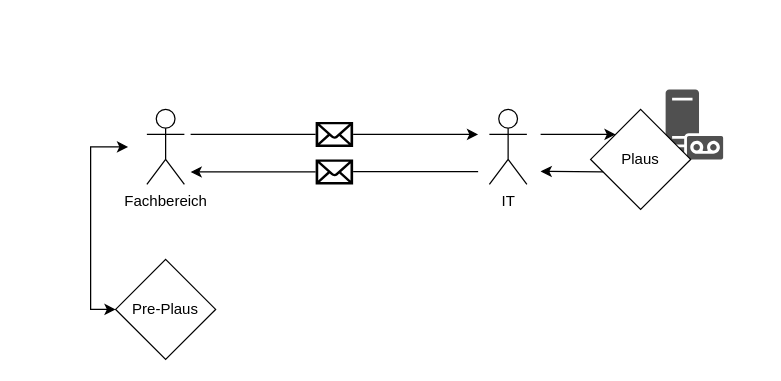
This is gvrail-plaus-app-legacy.drawio from s-fleck/charts, a draw.io file, before an edit. Source tidied: cells renumbered, new cells numbered last; positions are measured from the earlier drawing's top-left corner, leaving out a move shared by most shapes. Both pictures are drawn from the tidied source at 125%, with x=0, y=0 at pixel (90, 89).
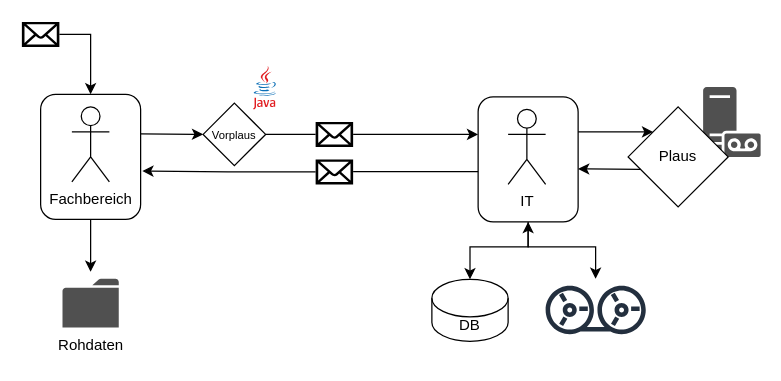
Above is the later version.

The change refers to these unchanged cells:
```xml
<mxCell id="10" style="shape=mxgraph.signs.tech.mail;html=1;fillColor=#000000;strokeColor=none;verticalLabelPosition=bottom;verticalAlign=top;align=center;" parent="1" vertex="1">
  <mxGeometry x="180" y="26" width="30" height="20" as="geometry" />
</mxCell>
<mxCell id="12" style="shape=mxgraph.signs.tech.mail;html=1;fillColor=#000000;strokeColor=none;verticalLabelPosition=bottom;verticalAlign=top;align=center;" parent="1" vertex="1">
  <mxGeometry x="180" y="56" width="30" height="20" as="geometry" />
</mxCell>
```

Change to the diagram source:
```diff
@@
-    <mxCell id="2" style="edgeStyle=orthogonalEdgeStyle;rounded=0;jettySize=auto;html=1;exitX=0;exitY=0.5;exitDx=0;exitDy=0;startArrow=classic;startFill=1;" parent="1" edge="1" source="3">
-      <mxGeometry relative="1" as="geometry">
-        <mxPoint x="30" y="46" as="targetPoint" />
-        <Array as="points">
-          <mxPoint y="176" />
-          <mxPoint y="46" />
-        </Array>
-      </mxGeometry>
-    </mxCell>
+    <mxCell id="16" style="rounded=1;whiteSpace=wrap;html=1;fillColor=#ffffff;strokeWidth=0;opacity=0;" parent="1" vertex="1">
+      <mxGeometry x="366" y="151.5" width="76" height="50" as="geometry" />
+    </mxCell>
+    <mxCell id="17" style="edgeStyle=orthogonalEdgeStyle;rounded=0;jettySize=auto;html=1;exitX=0.5;exitY=1;exitDx=0;exitDy=0;startArrow=none;startFill=0;endArrow=classic;endFill=1;" parent="1" edge="1" source="18">
+      <mxGeometry relative="1" as="geometry">
+        <mxPoint y="146" as="targetPoint" />
+      </mxGeometry>
+    </mxCell>
+    <mxCell id="18" style="rounded=1;whiteSpace=wrap;html=1;fillColor=#ffffff;" parent="1" vertex="1">
+      <mxGeometry x="-40" y="4" width="80" height="100" as="geometry" />
+    </mxCell>
+    <mxCell id="19" style="edgeStyle=orthogonalEdgeStyle;rounded=0;jettySize=auto;html=1;exitX=0.5;exitY=1;exitDx=0;exitDy=0;entryX=0.5;entryY=0;entryDx=0;entryDy=0;entryPerimeter=0;startArrow=classic;startFill=1;endArrow=classic;endFill=1;" parent="1" edge="1" source="21" target="22">
+      <mxGeometry relative="1" as="geometry">
+        <Array as="points">
+          <mxPoint x="350" y="126" />
+          <mxPoint x="304" y="126" />
+        </Array>
+      </mxGeometry>
+    </mxCell>
+    <mxCell id="20" style="edgeStyle=orthogonalEdgeStyle;rounded=0;jettySize=auto;html=1;exitX=0.5;exitY=1;exitDx=0;exitDy=0;entryX=0.5;entryY=0;entryDx=0;entryDy=0;startArrow=none;startFill=0;endArrow=classic;endFill=1;" parent="1" edge="1" source="21" target="16">
+      <mxGeometry relative="1" as="geometry">
+        <Array as="points">
+          <mxPoint x="350" y="126" />
+          <mxPoint x="404" y="126" />
+        </Array>
+      </mxGeometry>
+    </mxCell>
+    <mxCell id="21" style="rounded=1;whiteSpace=wrap;html=1;fillColor=#ffffff;" parent="1" vertex="1">
+      <mxGeometry x="310" y="6" width="80" height="100" as="geometry" />
+    </mxCell>
-    <mxCell id="3" value="Pre-Plaus" style="rhombus;whiteSpace=wrap;html=1;" parent="1" vertex="1">
-      <mxGeometry x="20" y="136" width="80" height="80" as="geometry" />
+    <mxCell id="3" value="&lt;font style=&quot;font-size: 9px&quot;&gt;Vorplaus&lt;/font&gt;" style="rhombus;whiteSpace=wrap;html=1;" parent="1" vertex="1">
+      <mxGeometry x="90" y="11" width="50" height="50" as="geometry" />
     </mxCell>
     <mxCell id="4" value="Fachbereich" style="shape=umlActor;verticalLabelPosition=bottom;verticalAlign=top;html=1;" parent="1" vertex="1">
-      <mxGeometry x="45" y="16" width="30" height="60" as="geometry" />
+      <mxGeometry x="-15" y="14" width="30" height="60" as="geometry" />
     </mxCell>
     <mxCell id="5" value="IT" style="shape=umlActor;verticalLabelPosition=bottom;verticalAlign=top;html=1;" parent="1" vertex="1">
-      <mxGeometry x="319" y="16" width="30" height="60" as="geometry" />
+      <mxGeometry x="334" y="16" width="30" height="60" as="geometry" />
     </mxCell>
     <mxCell id="6" style="shadow=0;dashed=0;html=1;strokeColor=none;fillColor=#505050;labelPosition=center;verticalLabelPosition=bottom;verticalAlign=top;align=center;shape=mxgraph.office.communications.voice_mail_preview;" parent="1" vertex="1">
-      <mxGeometry x="460" width="46" height="56" as="geometry" />
+      <mxGeometry x="490" y="-2" width="46" height="56" as="geometry" />
     </mxCell>
     <mxCell id="7" style="edgeStyle=orthogonalEdgeStyle;rounded=0;jettySize=auto;html=1;exitX=0;exitY=0;exitDx=0;exitDy=0;startArrow=classic;startFill=1;endArrow=none;endFill=0;" parent="1" edge="1" source="8">
       <mxGeometry relative="1" as="geometry">
-        <mxPoint x="360" y="35.9" as="targetPoint" />
+        <mxPoint x="390" y="33.9" as="targetPoint" />
       </mxGeometry>
     </mxCell>
     <mxCell id="8" value="Plaus" style="rhombus;whiteSpace=wrap;html=1;" parent="1" vertex="1">
-      <mxGeometry x="400" y="16" width="80" height="80" as="geometry" />
+      <mxGeometry x="430" y="14" width="80" height="80" as="geometry" />
     </mxCell>
@@
-    <mxCell id="11" style="edgeStyle=orthogonalEdgeStyle;rounded=0;jettySize=auto;html=1;exitX=0;exitY=0.5;exitDx=0;exitDy=0;exitPerimeter=0;startArrow=none;startFill=0;endArrow=classic;endFill=1;" parent="1" edge="1" source="12">
-      <mxGeometry relative="1" as="geometry">
-        <mxPoint x="80" y="66.1" as="targetPoint" />
-      </mxGeometry>
+    <mxCell id="11" style="edgeStyle=orthogonalEdgeStyle;rounded=0;jettySize=auto;html=1;exitX=0;exitY=0.5;exitDx=0;exitDy=0;exitPerimeter=0;startArrow=none;startFill=0;endArrow=classic;endFill=1;entryX=1.017;entryY=0.613;entryDx=0;entryDy=0;entryPerimeter=0;" parent="1" edge="1" source="12" target="18">
+      <mxGeometry relative="1" as="geometry" />
     </mxCell>
@@
     <mxCell id="13" style="endArrow=none;html=1;exitX=0;exitY=0.5;exitDx=0;exitDy=0;exitPerimeter=0;" parent="1" edge="1" source="10">
       <mxGeometry relative="1" as="geometry">
-        <mxPoint x="80" y="36" as="targetPoint" />
+        <mxPoint x="140" y="36" as="targetPoint" />
       </mxGeometry>
     </mxCell>
@@
     <mxCell id="15" style="endArrow=classic;html=1;" parent="1" edge="1">
       <mxGeometry relative="1" as="geometry">
-        <mxPoint x="410" y="66" as="sourcePoint" />
-        <mxPoint x="360" y="65.6" as="targetPoint" />
+        <mxPoint x="440" y="64" as="sourcePoint" />
+        <mxPoint x="390" y="63.6" as="targetPoint" />
       </mxGeometry>
     </mxCell>
+    <mxCell id="22" value="DB" style="shape=cylinder3;whiteSpace=wrap;html=1;boundedLbl=1;backgroundOutline=1;size=15;fillColor=#ffffff;" parent="1" vertex="1">
+      <mxGeometry x="273" y="152" width="61" height="49.5" as="geometry" />
+    </mxCell>
+    <mxCell id="23" style="fontColor=#232F3E;gradientColor=none;fillColor=#232F3E;strokeColor=none;dashed=0;verticalLabelPosition=bottom;verticalAlign=top;align=center;html=1;fontSize=12;fontStyle=0;shape=mxgraph.aws4.tape_storage;" parent="1" vertex="1">
+      <mxGeometry x="364" y="157" width="80.1" height="39" as="geometry" />
+    </mxCell>
+    <mxCell id="24" style="endArrow=none;html=1;exitX=0;exitY=0.5;exitDx=0;exitDy=0;endFill=0;startArrow=classic;startFill=1;" parent="1" edge="1" source="3">
+      <mxGeometry relative="1" as="geometry">
+        <mxPoint x="40" y="35.6" as="targetPoint" />
+      </mxGeometry>
+    </mxCell>
+    <mxCell id="25" style="dashed=0;html=1;align=center;labelPosition=center;verticalLabelPosition=bottom;verticalAlign=top;shape=mxgraph.weblogos.java;strokeWidth=0;fillColor=#ffffff;" parent="1" vertex="1">
+      <mxGeometry x="130" y="-19" width="18.5" height="35" as="geometry" />
+    </mxCell>
+    <mxCell id="26" value="Rohdaten" style="shadow=0;dashed=0;html=1;strokeColor=none;fillColor=#505050;labelPosition=center;verticalLabelPosition=bottom;verticalAlign=top;align=center;shape=mxgraph.office.concepts.folder;" parent="1" vertex="1">
+      <mxGeometry x="-22.5" y="151.5" width="45" height="39" as="geometry" />
+    </mxCell>
+    <mxCell id="27" style="edgeStyle=orthogonalEdgeStyle;rounded=0;jettySize=auto;html=1;exitX=1;exitY=0.5;exitDx=0;exitDy=0;exitPerimeter=0;entryX=0.5;entryY=0;entryDx=0;entryDy=0;startArrow=none;startFill=0;endArrow=classic;endFill=1;" parent="1" edge="1" source="28" target="18">
+      <mxGeometry relative="1" as="geometry">
+        <Array as="points">
+          <mxPoint y="-44" />
+        </Array>
+      </mxGeometry>
+    </mxCell>
+    <mxCell id="28" style="shape=mxgraph.signs.tech.mail;html=1;fillColor=#000000;strokeColor=none;verticalLabelPosition=bottom;verticalAlign=top;align=center;" parent="1" vertex="1">
+      <mxGeometry x="-55" y="-54" width="30" height="20" as="geometry" />
+    </mxCell>
```
